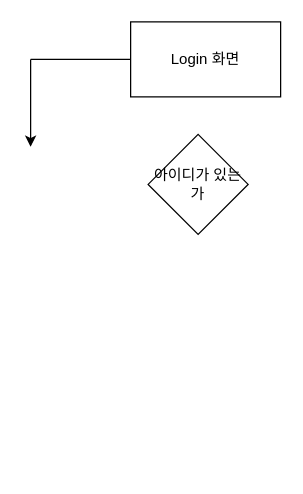
Above: images/Test.drawio in zziro95/zzipository (draw.io), before the change. Source tidied: cells renumbered, new cells numbered last; positions are measured from the earlier drawing's top-left corner, leaving out a move shared by most shapes. Both pictures are drawn from the tidied source at 125%, with x=0, y=0 at pixel (30, 21).
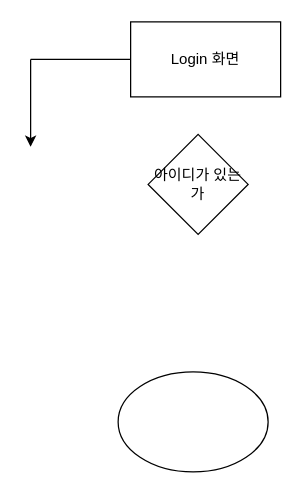
Above is the later version.

Diff of the diagram source:
```diff
@@
 <mxGraphModel>
   <root>
     <mxCell id="0" />
     <mxCell id="1" parent="0" />
     <mxCell id="2" value="Login 화면" style="rounded=0;whiteSpace=wrap;html=1;" parent="1" vertex="1">
       <mxGeometry x="80" width="120" height="60" as="geometry" />
     </mxCell>
     <mxCell id="3" value="아이디가 있는가&lt;br&gt;" style="rhombus;whiteSpace=wrap;html=1;" parent="1" vertex="1">
       <mxGeometry x="94" y="90" width="80" height="80" as="geometry" />
     </mxCell>
     <mxCell id="4" style="endArrow=none;html=1;" parent="1" edge="1">
       <mxGeometry relative="1" as="geometry">
         <mxPoint y="30" as="sourcePoint" />
         <mxPoint x="80" y="30" as="targetPoint" />
       </mxGeometry>
     </mxCell>
     <mxCell id="5" style="endArrow=classic;html=1;" parent="1" edge="1">
       <mxGeometry relative="1" as="geometry">
         <mxPoint y="30" as="sourcePoint" />
         <mxPoint y="100" as="targetPoint" />
       </mxGeometry>
     </mxCell>
+    <mxCell id="6" style="ellipse;whiteSpace=wrap;html=1;" parent="1" vertex="1">
+      <mxGeometry x="70" y="280" width="120" height="80" as="geometry" />
+    </mxCell>
   </root>
 </mxGraphModel>
```
